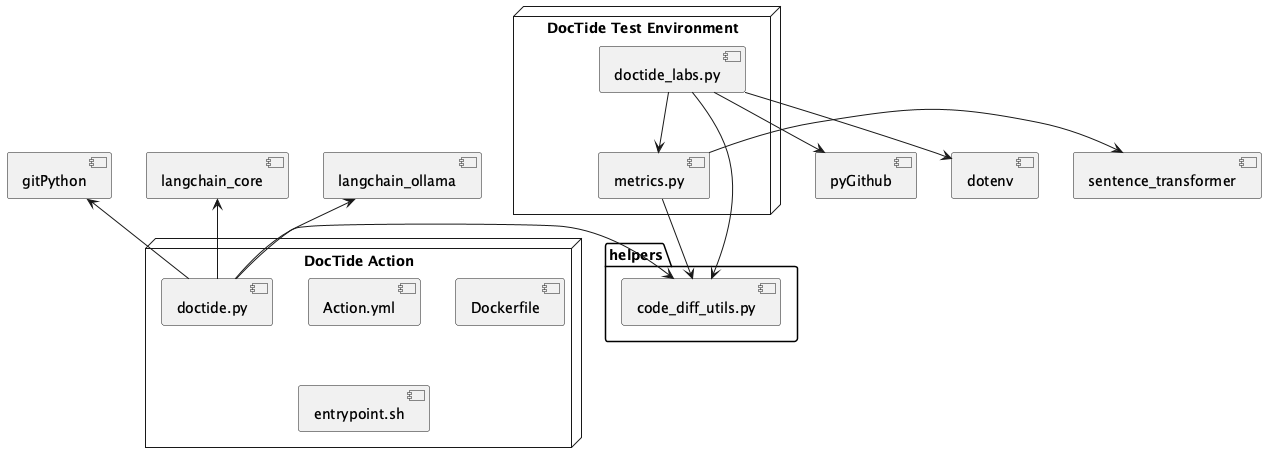
Earlier version of the PlantUML export docs/component_diagram.png (BrandtBoys/DocTide).
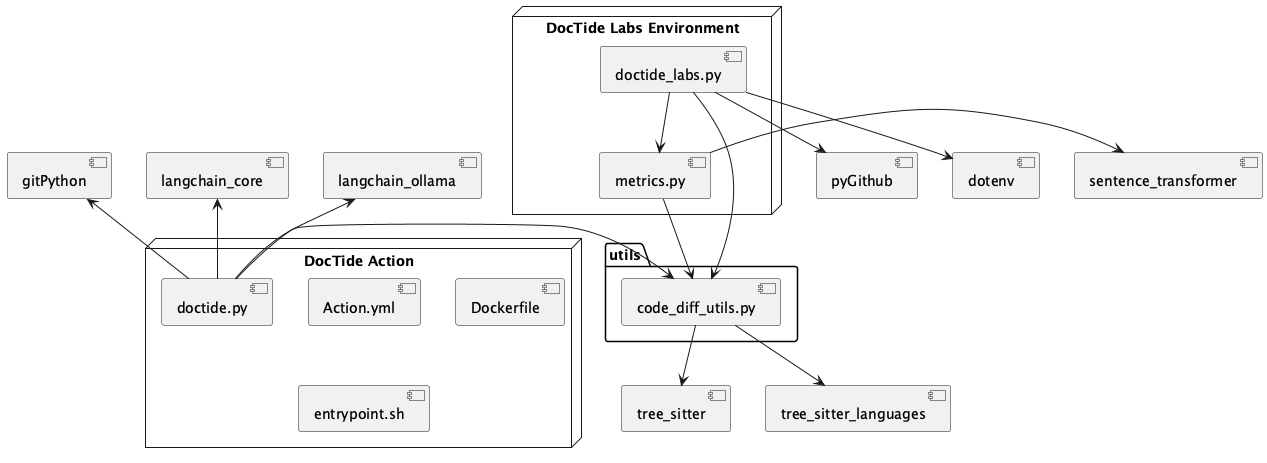
The same file after the commit.

Diff of the diagram source:
```diff
@@ -7,12 +7,12 @@
     [doctide.py]
 }
 
-node "DocTide Test Environment" {
+node "DocTide Labs Environment" {
     [doctide_labs.py]
     [metrics.py]
 }
 
-folder "helpers" {
+folder "utils" {
         [code_diff_utils.py]
     }
 
@@ -26,5 +26,7 @@
 [doctide_labs.py] --> [dotenv]
 [metrics.py] -right-> [sentence_transformer]
 [metrics.py] --> [code_diff_utils.py]
+[code_diff_utils.py] --> [tree_sitter]
+[code_diff_utils.py] --> [tree_sitter_languages]
 
 @enduml
```
